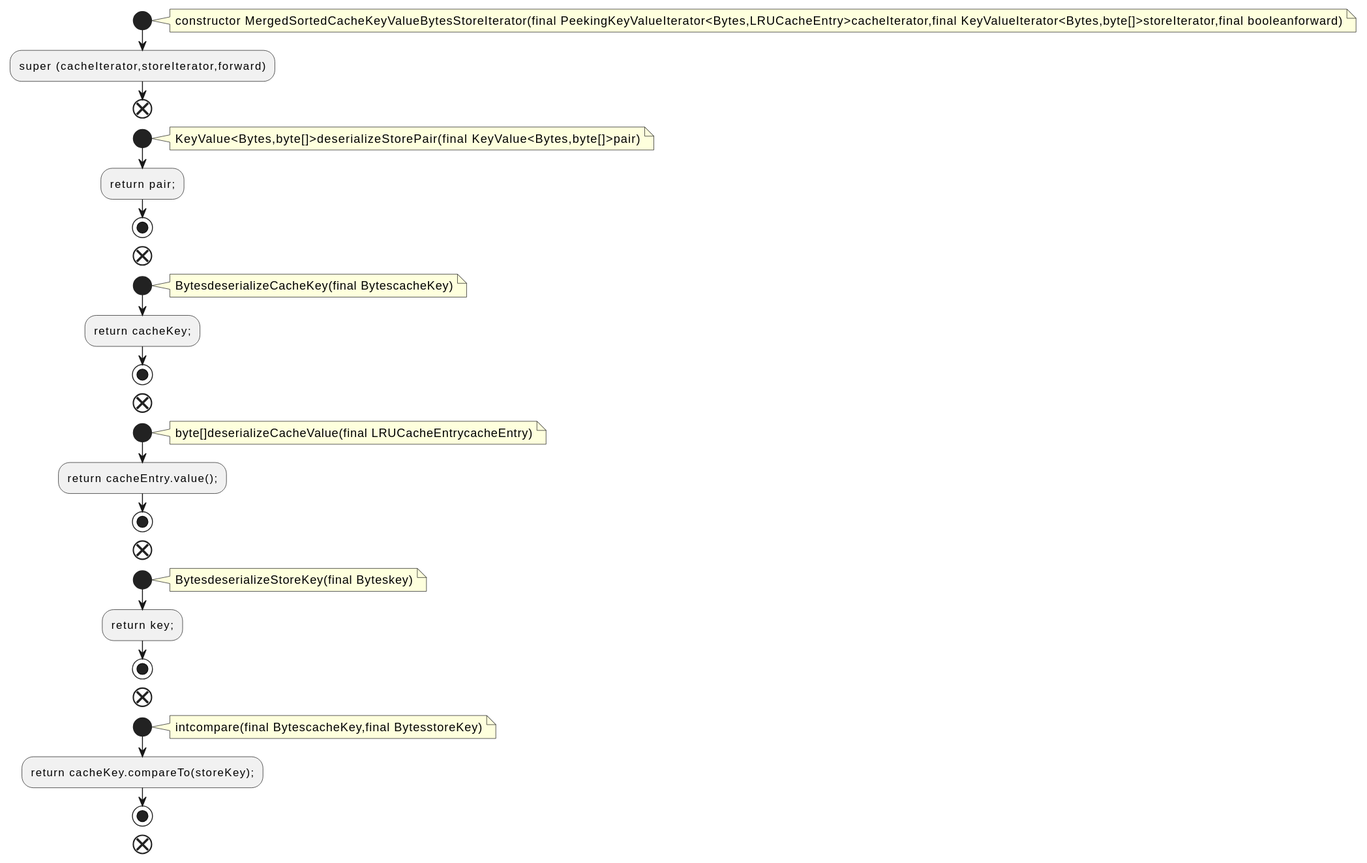
qualitesys/kafka keeps this PlantUML diagram as docs/qc/streams/src/main/java/org/apache/kafka/streams/state/internals/MergedSortedCacheKeyValueBytesStoreIterator.java.fct.svg. Above is the earlier version.
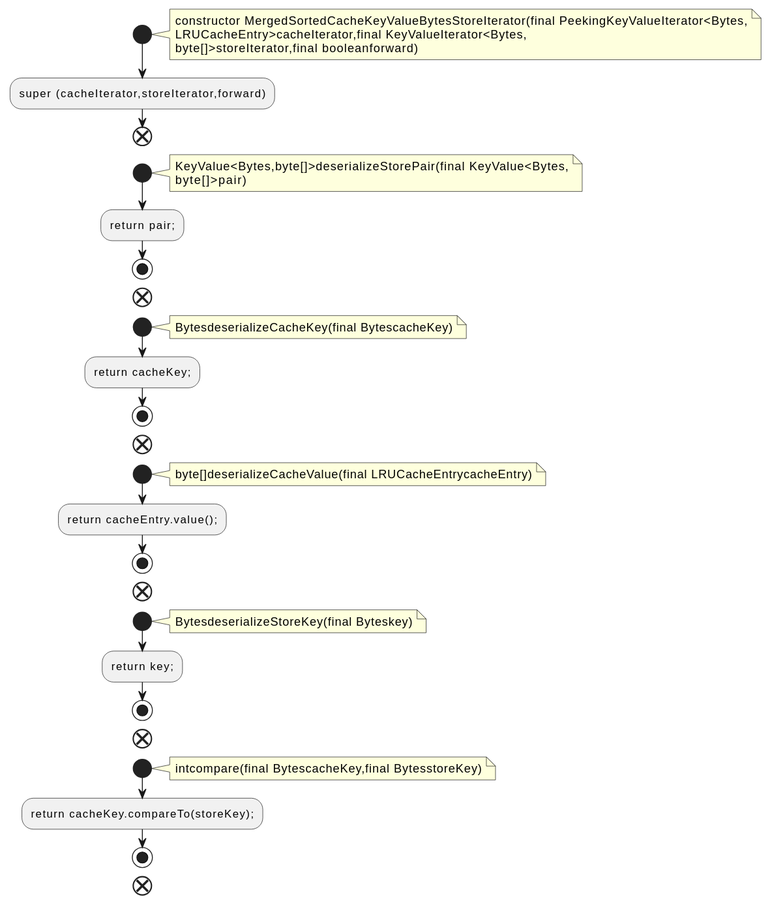
After the change.

The edit, as a diff of the source:
```diff
@@ -2,13 +2,16 @@
 !pragma layout smetana
 start
 note right
-constructor MergedSortedCacheKeyValueBytesStoreIterator(final PeekingKeyValueIterator<Bytes,LRUCacheEntry>cacheIterator,final KeyValueIterator<Bytes,byte[]>storeIterator,final booleanforward)
+constructor MergedSortedCacheKeyValueBytesStoreIterator(final PeekingKeyValueIterator<Bytes,
+LRUCacheEntry>cacheIterator,final KeyValueIterator<Bytes,
+byte[]>storeIterator,final booleanforward)
 end note
 :super (cacheIterator,storeIterator,forward);
 end
 start
 note right
-KeyValue<Bytes,byte[]>deserializeStorePair(final KeyValue<Bytes,byte[]>pair)
+KeyValue<Bytes,byte[]>deserializeStorePair(final KeyValue<Bytes,
+byte[]>pair)
 end note
 :return pair;;
 stop
```
